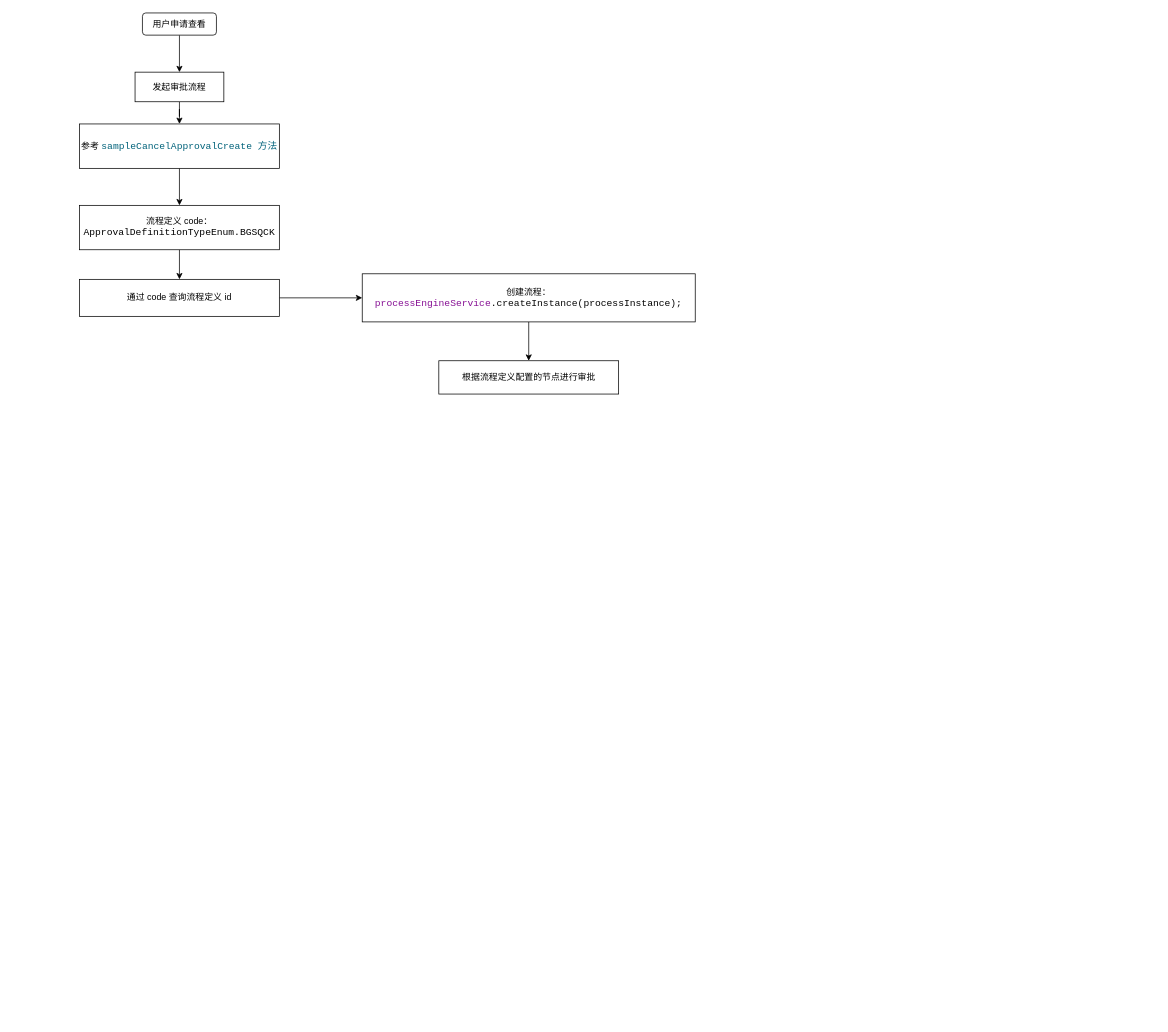
Before: 报告.drawio in biluping/draw.io, a draw.io diagram. Source tidied: cells renumbered, new cells numbered last; positions are measured from the earlier drawing's top-left corner, leaving out a move shared by most shapes. Both pictures are drawn from the tidied source at 74%, with x=0, y=0 at pixel (79, 13).
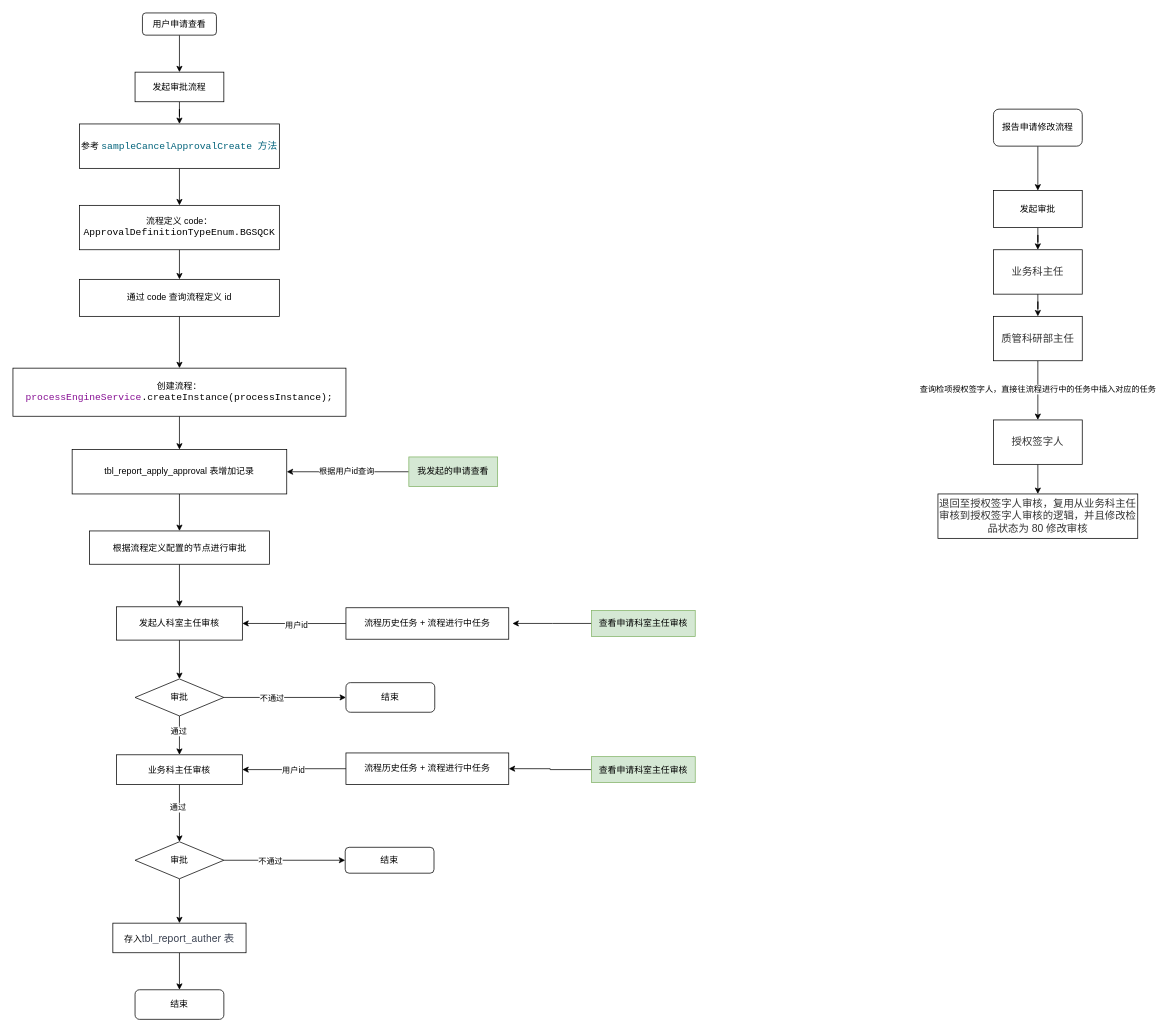
The same page after the edit.

The change refers to these unchanged cells:
```xml
<mxCell id="11" value="通过 code 查询流程定义 id" style="whiteSpace=wrap;html=1;rounded=0;" parent="1" vertex="1">
  <mxGeometry y="360" width="270" height="50" as="geometry" />
</mxCell>
```

Diff of the diagram source:
```diff
@@
-    <mxCell id="10" style="edgeStyle=orthogonalEdgeStyle;rounded=0;jettySize=auto;html=1;entryX=0;entryY=0.5;entryDx=0;entryDy=0;" parent="1" edge="1" source="11" target="13">
+    <mxCell id="10" style="edgeStyle=orthogonalEdgeStyle;rounded=0;jettySize=auto;html=1;entryX=0.5;entryY=0;entryDx=0;entryDy=0;" parent="1" edge="1" source="11" target="13">
       <mxGeometry relative="1" as="geometry" />
     </mxCell>
@@
-    <mxCell id="12" style="edgeStyle=orthogonalEdgeStyle;rounded=0;jettySize=auto;html=1;" parent="1" edge="1" source="13" target="14">
-      <mxGeometry relative="1" as="geometry" />
-    </mxCell>
+    <mxCell id="15" style="edgeStyle=orthogonalEdgeStyle;rounded=0;jettySize=auto;html=1;entryX=0.5;entryY=0;entryDx=0;entryDy=0;" parent="1" edge="1" source="13" target="20">
+      <mxGeometry relative="1" as="geometry" />
+    </mxCell>
     <mxCell id="13" value="创建流程：&lt;span style=&quot;font-family: &amp;quot;JetBrains Mono&amp;quot;, monospace; font-size: 9.8pt; background-color: rgb(255, 255, 255); color: rgb(135, 16, 148);&quot;&gt;processEngineService&lt;/span&gt;&lt;span style=&quot;font-family: &amp;quot;JetBrains Mono&amp;quot;, monospace; font-size: 9.8pt; background-color: rgb(255, 255, 255); color: rgb(8, 8, 8);&quot;&gt;.createInstance(&lt;/span&gt;&lt;span style=&quot;font-family: &amp;quot;JetBrains Mono&amp;quot;, monospace; font-size: 9.8pt; background-color: rgb(255, 255, 255);&quot;&gt;processInstance&lt;/span&gt;&lt;span style=&quot;font-family: &amp;quot;JetBrains Mono&amp;quot;, monospace; font-size: 9.8pt; background-color: rgb(255, 255, 255); color: rgb(8, 8, 8);&quot;&gt;);&lt;/span&gt;" style="whiteSpace=wrap;html=1;rounded=0;" parent="1" vertex="1">
-      <mxGeometry x="382" y="352.5" width="450" height="65" as="geometry" />
+      <mxGeometry x="-90" y="480" width="450" height="65" as="geometry" />
     </mxCell>
+    <mxCell id="16" style="edgeStyle=orthogonalEdgeStyle;rounded=0;jettySize=auto;html=1;" parent="1" edge="1" source="14" target="18">
+      <mxGeometry relative="1" as="geometry" />
+    </mxCell>
     <mxCell id="14" value="根据流程定义配置的节点进行审批" style="whiteSpace=wrap;html=1;rounded=0;" parent="1" vertex="1">
-      <mxGeometry x="485.5" y="470" width="243" height="45" as="geometry" />
+      <mxGeometry x="13.5" y="700" width="243" height="45" as="geometry" />
     </mxCell>
+    <mxCell id="17" style="edgeStyle=orthogonalEdgeStyle;rounded=0;jettySize=auto;html=1;entryX=0.5;entryY=0;entryDx=0;entryDy=0;" parent="1" edge="1" source="18" target="41">
+      <mxGeometry relative="1" as="geometry" />
+    </mxCell>
+    <mxCell id="18" value="发起人科室主任审核" style="whiteSpace=wrap;html=1;rounded=0;" parent="1" vertex="1">
+      <mxGeometry x="50" y="802.5" width="170" height="45" as="geometry" />
+    </mxCell>
+    <mxCell id="19" style="edgeStyle=orthogonalEdgeStyle;rounded=0;jettySize=auto;html=1;entryX=0.5;entryY=0;entryDx=0;entryDy=0;" parent="1" edge="1" source="20" target="14">
+      <mxGeometry relative="1" as="geometry" />
+    </mxCell>
+    <mxCell id="20" value="tbl_report_apply_approval 表增加记录" style="rounded=0;whiteSpace=wrap;html=1;" parent="1" vertex="1">
+      <mxGeometry x="-10" y="590" width="290" height="60" as="geometry" />
+    </mxCell>
+    <mxCell id="21" style="edgeStyle=orthogonalEdgeStyle;rounded=0;jettySize=auto;html=1;entryX=1;entryY=0.5;entryDx=0;entryDy=0;" parent="1" edge="1" source="23" target="20">
+      <mxGeometry relative="1" as="geometry" />
+    </mxCell>
+    <mxCell id="22" value="根据用户id查询" style="edgeLabel;html=1;align=center;verticalAlign=middle;" parent="21" vertex="1">
+      <mxGeometry x="0.03" y="-2" relative="1" as="geometry" />
+    </mxCell>
+    <mxCell id="23" value="我发起的申请查看" style="rounded=0;whiteSpace=wrap;html=1;fillColor=#d5e8d4;strokeColor=#82b366;" parent="1" vertex="1">
+      <mxGeometry x="445" y="600" width="120" height="40" as="geometry" />
+    </mxCell>
+    <mxCell id="24" style="edgeStyle=orthogonalEdgeStyle;rounded=0;jettySize=auto;html=1;" parent="1" edge="1" source="25">
+      <mxGeometry relative="1" as="geometry">
+        <mxPoint x="585" y="825" as="targetPoint" />
+      </mxGeometry>
+    </mxCell>
+    <mxCell id="25" value="查看申请科室主任审核" style="rounded=0;whiteSpace=wrap;html=1;fillColor=#d5e8d4;strokeColor=#82b366;" parent="1" vertex="1">
+      <mxGeometry x="692" y="807.5" width="140" height="35" as="geometry" />
+    </mxCell>
+    <mxCell id="26" style="edgeStyle=orthogonalEdgeStyle;rounded=0;jettySize=auto;html=1;entryX=1;entryY=0.5;entryDx=0;entryDy=0;" parent="1" edge="1" source="28" target="18">
+      <mxGeometry relative="1" as="geometry" />
+    </mxCell>
+    <mxCell id="27" value="用户id" style="edgeLabel;html=1;align=center;verticalAlign=middle;" parent="26" vertex="1">
+      <mxGeometry x="-0.03" y="2" relative="1" as="geometry" />
+    </mxCell>
+    <mxCell id="28" value="流程历史任务 +&amp;nbsp;流程进行中任务" style="rounded=0;whiteSpace=wrap;html=1;" parent="1" vertex="1">
+      <mxGeometry x="360" y="803.8" width="220" height="42.5" as="geometry" />
+    </mxCell>
+    <mxCell id="29" style="edgeStyle=orthogonalEdgeStyle;rounded=0;jettySize=auto;html=1;" parent="1" edge="1" source="31" target="46">
+      <mxGeometry relative="1" as="geometry" />
+    </mxCell>
+    <mxCell id="30" value="通过" style="edgeLabel;html=1;align=center;verticalAlign=middle;" parent="29" vertex="1">
+      <mxGeometry x="-0.21" y="-3" relative="1" as="geometry" />
+    </mxCell>
+    <mxCell id="31" value="业务科主任审核" style="whiteSpace=wrap;html=1;rounded=0;" parent="1" vertex="1">
+      <mxGeometry x="50" y="1002.5" width="170" height="40" as="geometry" />
+    </mxCell>
+    <mxCell id="32" style="edgeStyle=orthogonalEdgeStyle;rounded=0;jettySize=auto;html=1;entryX=1;entryY=0.5;entryDx=0;entryDy=0;" parent="1" edge="1" source="34" target="31">
+      <mxGeometry relative="1" as="geometry" />
+    </mxCell>
+    <mxCell id="33" value="用户id" style="edgeLabel;html=1;align=center;verticalAlign=middle;" parent="32" vertex="1">
+      <mxGeometry x="0.04" y="1" relative="1" as="geometry" />
+    </mxCell>
+    <mxCell id="34" value="流程历史任务 +&amp;nbsp;流程进行中任务" style="rounded=0;whiteSpace=wrap;html=1;" parent="1" vertex="1">
+      <mxGeometry x="360" y="1000" width="220" height="42.5" as="geometry" />
+    </mxCell>
+    <mxCell id="35" style="edgeStyle=orthogonalEdgeStyle;rounded=0;jettySize=auto;html=1;entryX=1;entryY=0.5;entryDx=0;entryDy=0;" parent="1" edge="1" source="36" target="34">
+      <mxGeometry relative="1" as="geometry" />
+    </mxCell>
+    <mxCell id="36" value="查看申请科室主任审核" style="rounded=0;whiteSpace=wrap;html=1;fillColor=#d5e8d4;strokeColor=#82b366;" parent="1" vertex="1">
+      <mxGeometry x="692" y="1005" width="140" height="35" as="geometry" />
+    </mxCell>
+    <mxCell id="37" style="edgeStyle=orthogonalEdgeStyle;rounded=0;jettySize=auto;html=1;entryX=0.5;entryY=0;entryDx=0;entryDy=0;" parent="1" edge="1" source="41" target="31">
+      <mxGeometry relative="1" as="geometry" />
+    </mxCell>
+    <mxCell id="38" value="通过" style="edgeLabel;html=1;align=center;verticalAlign=middle;" parent="37" vertex="1">
+      <mxGeometry x="-0.23" y="-2" relative="1" as="geometry" />
+    </mxCell>
+    <mxCell id="39" style="edgeStyle=orthogonalEdgeStyle;rounded=0;jettySize=auto;html=1;entryX=0;entryY=0.5;entryDx=0;entryDy=0;" parent="1" edge="1" source="41" target="42">
+      <mxGeometry relative="1" as="geometry" />
+    </mxCell>
+    <mxCell id="40" value="不通过" style="edgeLabel;html=1;align=center;verticalAlign=middle;" parent="39" vertex="1">
+      <mxGeometry x="-0.23" relative="1" as="geometry" />
+    </mxCell>
+    <mxCell id="41" value="审批" style="rhombus;whiteSpace=wrap;html=1;" parent="1" vertex="1">
+      <mxGeometry x="75" y="900" width="120" height="50" as="geometry" />
+    </mxCell>
+    <mxCell id="42" value="结束" style="rounded=1;whiteSpace=wrap;html=1;" parent="1" vertex="1">
+      <mxGeometry x="360" y="905" width="120" height="40" as="geometry" />
+    </mxCell>
+    <mxCell id="43" style="edgeStyle=orthogonalEdgeStyle;rounded=0;jettySize=auto;html=1;entryX=0.5;entryY=0;entryDx=0;entryDy=0;" parent="1" edge="1" source="46" target="48">
+      <mxGeometry relative="1" as="geometry" />
+    </mxCell>
+    <mxCell id="44" style="edgeStyle=orthogonalEdgeStyle;rounded=0;jettySize=auto;html=1;" parent="1" edge="1" source="46" target="50">
+      <mxGeometry relative="1" as="geometry" />
+    </mxCell>
+    <mxCell id="45" value="不通过" style="edgeLabel;html=1;align=center;verticalAlign=middle;" parent="44" vertex="1">
+      <mxGeometry x="-0.25" relative="1" as="geometry" />
+    </mxCell>
+    <mxCell id="46" value="审批" style="rhombus;whiteSpace=wrap;html=1;" parent="1" vertex="1">
+      <mxGeometry x="75" y="1120" width="120" height="50" as="geometry" />
+    </mxCell>
+    <mxCell id="47" style="edgeStyle=orthogonalEdgeStyle;rounded=0;jettySize=auto;html=1;" parent="1" edge="1" source="48" target="49">
+      <mxGeometry relative="1" as="geometry" />
+    </mxCell>
+    <mxCell id="48" value="存入&lt;span style=&quot;color: rgb(60, 67, 83); font-family: &amp;quot;Helvetica Neue&amp;quot;, Helvetica, Tahoma, Arial, &amp;quot;PingFang SC&amp;quot;, &amp;quot;Source Han Sans CN&amp;quot;, &amp;quot;Source Han Sans&amp;quot;, &amp;quot;Source Han Serif&amp;quot;, &amp;quot;Hiragino Sans GB&amp;quot;, &amp;quot;WenQuanYi Micro Hei&amp;quot;, &amp;quot;Microsoft YaHei&amp;quot;, sans-serif; font-size: 14px; text-align: start; background-color: rgb(255, 255, 255);&quot;&gt;tbl_report_auther 表&lt;/span&gt;" style="rounded=0;whiteSpace=wrap;html=1;" parent="1" vertex="1">
+      <mxGeometry x="45" y="1230" width="180" height="40" as="geometry" />
+    </mxCell>
+    <mxCell id="49" value="结束" style="whiteSpace=wrap;html=1;rounded=1;" parent="1" vertex="1">
+      <mxGeometry x="75" y="1320" width="120" height="40" as="geometry" />
+    </mxCell>
+    <mxCell id="50" value="结束" style="whiteSpace=wrap;html=1;rounded=1;" parent="1" vertex="1">
+      <mxGeometry x="359" y="1127.5" width="120" height="35" as="geometry" />
+    </mxCell>
+    <mxCell id="51" style="edgeStyle=orthogonalEdgeStyle;rounded=0;jettySize=auto;html=1;" parent="1" edge="1" source="52" target="54">
+      <mxGeometry relative="1" as="geometry" />
+    </mxCell>
+    <mxCell id="52" value="报告申请修改流程" style="rounded=1;whiteSpace=wrap;html=1;" parent="1" vertex="1">
+      <mxGeometry x="1235" y="130" width="120" height="50" as="geometry" />
+    </mxCell>
+    <mxCell id="53" style="edgeStyle=orthogonalEdgeStyle;rounded=0;jettySize=auto;html=1;" parent="1" edge="1" source="54" target="56">
+      <mxGeometry relative="1" as="geometry" />
+    </mxCell>
+    <mxCell id="54" value="发起审批" style="whiteSpace=wrap;html=1;rounded=0;" parent="1" vertex="1">
+      <mxGeometry x="1235" y="240" width="120" height="50" as="geometry" />
+    </mxCell>
+    <mxCell id="55" style="edgeStyle=orthogonalEdgeStyle;rounded=0;jettySize=auto;html=1;" parent="1" edge="1" source="56" target="59">
+      <mxGeometry relative="1" as="geometry" />
+    </mxCell>
+    <mxCell id="56" value="&lt;span style=&quot;color: rgb(51, 51, 51); font-family: PingFangSC-Regular, &amp;quot;PingFang SC&amp;quot;, sans-serif; font-size: 14px; text-align: left;&quot;&gt;业务科主任&lt;/span&gt;" style="rounded=0;whiteSpace=wrap;html=1;" parent="1" vertex="1">
+      <mxGeometry x="1235" y="320" width="120" height="60" as="geometry" />
+    </mxCell>
+    <mxCell id="57" style="edgeStyle=orthogonalEdgeStyle;rounded=0;jettySize=auto;html=1;" parent="1" edge="1" source="59" target="61">
+      <mxGeometry relative="1" as="geometry" />
+    </mxCell>
+    <mxCell id="58" value="查询检项授权签字人，直接往流程进行中的任务中插入对应的任务" style="edgeLabel;html=1;align=center;verticalAlign=middle;" parent="57" vertex="1">
+      <mxGeometry x="-0.06" y="-1" relative="1" as="geometry" />
+    </mxCell>
+    <mxCell id="59" value="&lt;span style=&quot;color: rgb(51, 51, 51); font-family: PingFangSC-Regular, &amp;quot;PingFang SC&amp;quot;, sans-serif; font-size: 14px; text-align: left;&quot;&gt;质管科研部主任&lt;/span&gt;" style="rounded=0;whiteSpace=wrap;html=1;" parent="1" vertex="1">
+      <mxGeometry x="1235" y="410" width="120" height="60" as="geometry" />
+    </mxCell>
+    <mxCell id="60" style="edgeStyle=orthogonalEdgeStyle;rounded=0;jettySize=auto;html=1;" parent="1" edge="1" source="61" target="62">
+      <mxGeometry relative="1" as="geometry" />
+    </mxCell>
+    <mxCell id="61" value="&lt;span style=&quot;color: rgb(51, 51, 51); font-family: PingFangSC-Regular, &amp;quot;PingFang SC&amp;quot;, sans-serif; font-size: 14px; text-align: left;&quot;&gt;授权签字人&lt;/span&gt;" style="rounded=0;whiteSpace=wrap;html=1;" parent="1" vertex="1">
+      <mxGeometry x="1235" y="550" width="120" height="60" as="geometry" />
+    </mxCell>
+    <mxCell id="62" value="&lt;span style=&quot;color: rgb(51, 51, 51); font-family: PingFangSC-Regular, &amp;quot;PingFang SC&amp;quot;, sans-serif; font-size: 14px; text-align: left;&quot;&gt;退回至授权签字人审核，复用从业务科主任审核到授权签字人审核的逻辑，并且修改检品状态为 80 修改审核&lt;/span&gt;" style="rounded=0;whiteSpace=wrap;html=1;" parent="1" vertex="1">
+      <mxGeometry x="1160" y="650" width="270" height="60" as="geometry" />
+    </mxCell>
```
